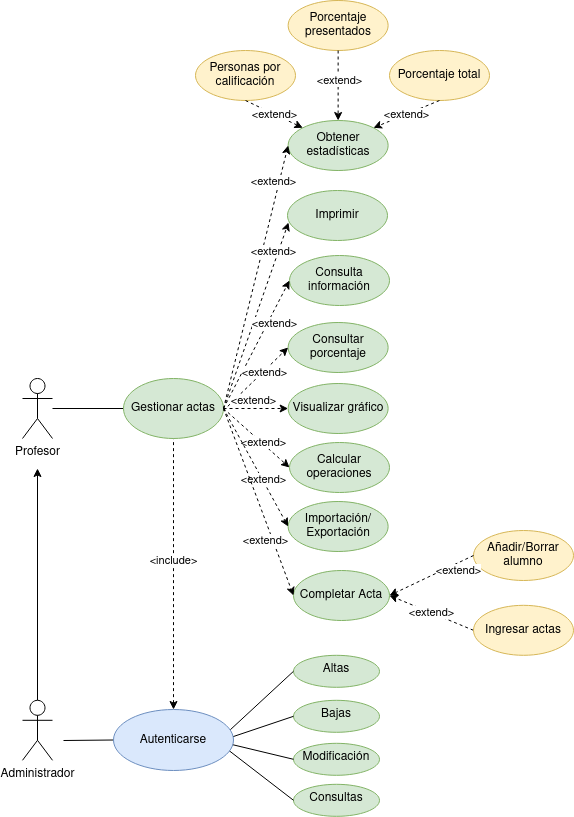
The draw.io diagram Tareas/casosUso/Tarea6-Gestión Profesores/img/GestionProfesores.drawio.png in colidom/ets, before a commit. Source tidied: cells renumbered, new cells last; positions are measured from the earlier drawing's top-left corner, leaving out a move shared by most shapes.
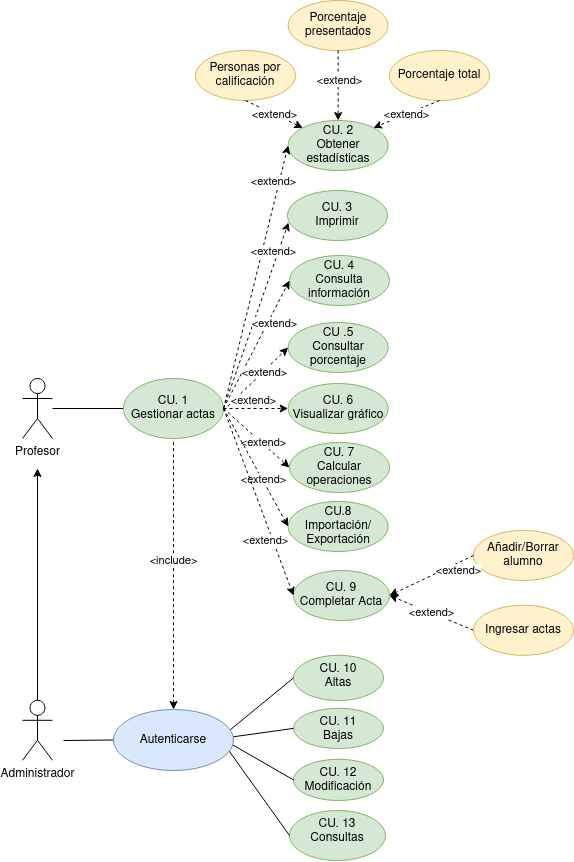
The same diagram one commit later.

What changed in the source:
```diff
@@ -16,7 +16,7 @@
     <mxCell id="5" value="Administrador" style="shape=umlActor;verticalLabelPosition=bottom;verticalAlign=top;html=1;outlineConnect=0;" parent="1" vertex="1">
       <mxGeometry y="699.8" width="30" height="60" as="geometry" />
     </mxCell>
-    <mxCell id="6" value="Completar Acta" style="ellipse;whiteSpace=wrap;html=1;fillColor=#d5e8d4;strokeColor=#82b366;" parent="1" vertex="1">
+    <mxCell id="6" value="&lt;div&gt;CU. 9&lt;/div&gt;&lt;div&gt;Completar Acta&lt;/div&gt;" style="ellipse;whiteSpace=wrap;html=1;fillColor=#d5e8d4;strokeColor=#82b366;" parent="1" vertex="1">
       <mxGeometry x="271" y="570" width="96" height="50" as="geometry" />
     </mxCell>
     <mxCell id="7" value="Añadir/Borrar alumno" style="ellipse;whiteSpace=wrap;html=1;fillColor=#fff2cc;strokeColor=#d6b656;" parent="1" vertex="1">
@@ -36,10 +36,10 @@
         <mxPoint x="2" y="-34" as="offset" />
       </mxGeometry>
     </mxCell>
-    <mxCell id="12" value="Consulta información" style="ellipse;whiteSpace=wrap;html=1;fillColor=#d5e8d4;strokeColor=#82b366;" parent="1" vertex="1">
+    <mxCell id="12" value="&lt;div&gt;CU. 4&lt;/div&gt;&lt;div&gt;Consulta información&lt;/div&gt;" style="ellipse;whiteSpace=wrap;html=1;fillColor=#d5e8d4;strokeColor=#82b366;" parent="1" vertex="1">
       <mxGeometry x="267" y="255" width="100" height="50" as="geometry" />
     </mxCell>
-    <mxCell id="13" value="Obtener estadísticas" style="ellipse;whiteSpace=wrap;html=1;fillColor=#d5e8d4;strokeColor=#82b366;" parent="1" vertex="1">
+    <mxCell id="13" value="&lt;div&gt;CU. 2&lt;/div&gt;&lt;div&gt;Obtener estadísticas&lt;/div&gt;" style="ellipse;whiteSpace=wrap;html=1;fillColor=#d5e8d4;strokeColor=#82b366;" parent="1" vertex="1">
       <mxGeometry x="265.6" y="120" width="100" height="50" as="geometry" />
     </mxCell>
     <mxCell id="14" value="Personas por calificación" style="ellipse;whiteSpace=wrap;html=1;fillColor=#fff2cc;strokeColor=#d6b656;" parent="1" vertex="1">
@@ -51,16 +51,16 @@
     <mxCell id="16" value="Porcentaje total" style="ellipse;whiteSpace=wrap;html=1;fillColor=#fff2cc;strokeColor=#d6b656;" parent="1" vertex="1">
       <mxGeometry x="367" y="50" width="100" height="50" as="geometry" />
     </mxCell>
-    <mxCell id="17" value="Consultar porcentaje" style="ellipse;whiteSpace=wrap;html=1;fillColor=#d5e8d4;strokeColor=#82b366;" parent="1" vertex="1">
+    <mxCell id="17" value="&lt;div&gt;CU .5&lt;/div&gt;&lt;div&gt;Consultar porcentaje&lt;/div&gt;" style="ellipse;whiteSpace=wrap;html=1;fillColor=#d5e8d4;strokeColor=#82b366;" parent="1" vertex="1">
       <mxGeometry x="265.6" y="322" width="100" height="50" as="geometry" />
     </mxCell>
-    <mxCell id="18" value="Visualizar gráfico" style="ellipse;whiteSpace=wrap;html=1;fillColor=#d5e8d4;strokeColor=#82b366;" parent="1" vertex="1">
+    <mxCell id="18" value="&lt;div&gt;CU. 6 &lt;br&gt;&lt;/div&gt;&lt;div&gt;Visualizar gráfico&lt;/div&gt;" style="ellipse;whiteSpace=wrap;html=1;fillColor=#d5e8d4;strokeColor=#82b366;" parent="1" vertex="1">
       <mxGeometry x="265.6" y="383" width="100" height="50" as="geometry" />
     </mxCell>
-    <mxCell id="19" value="Calcular operaciones" style="ellipse;whiteSpace=wrap;html=1;fillColor=#d5e8d4;strokeColor=#82b366;" parent="1" vertex="1">
+    <mxCell id="19" value="&lt;div&gt;CU. 7&lt;/div&gt;&lt;div&gt;Calcular operaciones&lt;/div&gt;" style="ellipse;whiteSpace=wrap;html=1;fillColor=#d5e8d4;strokeColor=#82b366;" parent="1" vertex="1">
       <mxGeometry x="267" y="442" width="100" height="50" as="geometry" />
     </mxCell>
-    <mxCell id="20" value="&lt;div&gt;Importación/&lt;/div&gt;&lt;div&gt;Exportación&lt;/div&gt;" style="ellipse;whiteSpace=wrap;html=1;fillColor=#d5e8d4;strokeColor=#82b366;" parent="1" vertex="1">
+    <mxCell id="20" value="&lt;div&gt;CU.8&lt;/div&gt;&lt;div&gt;Importación/&lt;/div&gt;&lt;div&gt;Exportación&lt;/div&gt;" style="ellipse;whiteSpace=wrap;html=1;fillColor=#d5e8d4;strokeColor=#82b366;" parent="1" vertex="1">
       <mxGeometry x="265.6" y="501" width="100" height="50" as="geometry" />
     </mxCell>
     <mxCell id="21" style="edgeStyle=none;rounded=0;jettySize=auto;html=1;dashed=1;startArrow=none;startFill=0;endArrow=classic;endFill=1;exitX=0;exitY=0.5;exitDx=0;exitDy=0;entryX=1;entryY=0.5;entryDx=0;entryDy=0;" parent="1" edge="1" source="7" target="6">
@@ -83,17 +83,17 @@
     <mxCell id="26" value="&amp;lt;extend&amp;gt;" style="endArrow=classic;html=1;rounded=0;dashed=1;exitX=0.5;exitY=1;exitDx=0;exitDy=0;entryX=0;entryY=0;entryDx=0;entryDy=0;" parent="1" edge="1" source="14" target="13">
       <mxGeometry relative="1" as="geometry" />
     </mxCell>
-    <mxCell id="27" value="Altas" style="ellipse;whiteSpace=wrap;html=1;verticalAlign=top;fillColor=#d5e8d4;strokeColor=#82b366;" parent="1" vertex="1">
-      <mxGeometry x="271" y="654.8" width="86" height="32" as="geometry" />
+    <mxCell id="27" value="&lt;div&gt;CU. 10&lt;/div&gt;&lt;div&gt;Altas&lt;/div&gt;" style="ellipse;whiteSpace=wrap;html=1;verticalAlign=top;fillColor=#d5e8d4;strokeColor=#82b366;" parent="1" vertex="1">
+      <mxGeometry x="271" y="654.8" width="90" height="45.2" as="geometry" />
     </mxCell>
-    <mxCell id="28" value="Bajas" style="ellipse;whiteSpace=wrap;html=1;verticalAlign=top;fillColor=#d5e8d4;strokeColor=#82b366;" parent="1" vertex="1">
-      <mxGeometry x="271" y="699.8" width="86" height="32" as="geometry" />
+    <mxCell id="28" value="&lt;div&gt;CU. 11&lt;/div&gt;&lt;div&gt;Bajas&lt;/div&gt;" style="ellipse;whiteSpace=wrap;html=1;verticalAlign=top;fillColor=#d5e8d4;strokeColor=#82b366;" parent="1" vertex="1">
+      <mxGeometry x="271" y="707.8" width="90" height="40.2" as="geometry" />
     </mxCell>
-    <mxCell id="29" value="Modificación" style="ellipse;whiteSpace=wrap;html=1;verticalAlign=top;fillColor=#d5e8d4;strokeColor=#82b366;" parent="1" vertex="1">
-      <mxGeometry x="271" y="742.8" width="86" height="32" as="geometry" />
+    <mxCell id="29" value="&lt;div&gt;CU. 12&lt;/div&gt;&lt;div&gt;Modificación&lt;/div&gt;" style="ellipse;whiteSpace=wrap;html=1;verticalAlign=top;fillColor=#d5e8d4;strokeColor=#82b366;" parent="1" vertex="1">
+      <mxGeometry x="271" y="758.8" width="90" height="41.2" as="geometry" />
     </mxCell>
-    <mxCell id="30" value="Consultas" style="ellipse;whiteSpace=wrap;html=1;verticalAlign=top;fillColor=#d5e8d4;strokeColor=#82b366;" parent="1" vertex="1">
-      <mxGeometry x="271" y="783.8" width="86" height="32" as="geometry" />
+    <mxCell id="30" value="&lt;div&gt;CU. 13&lt;/div&gt;&lt;div&gt;Consultas&lt;/div&gt;" style="ellipse;whiteSpace=wrap;html=1;verticalAlign=top;fillColor=#d5e8d4;strokeColor=#82b366;" parent="1" vertex="1">
+      <mxGeometry x="267" y="810" width="96" height="50" as="geometry" />
     </mxCell>
     <mxCell id="31" style="edgeStyle=none;rounded=0;jettySize=auto;html=1;startArrow=none;startFill=0;endArrow=none;endFill=0;entryX=0;entryY=0.5;entryDx=0;entryDy=0;exitX=0.959;exitY=0.668;exitDx=0;exitDy=0;exitPerimeter=0;" parent="1" edge="1" source="54" target="30">
       <mxGeometry relative="1" as="geometry" />
@@ -107,10 +107,10 @@
     <mxCell id="34" style="edgeStyle=none;rounded=0;jettySize=auto;html=1;startArrow=none;startFill=0;endArrow=none;endFill=0;entryX=0;entryY=0.5;entryDx=0;entryDy=0;exitX=0.973;exitY=0.333;exitDx=0;exitDy=0;exitPerimeter=0;" parent="1" edge="1" source="54" target="27">
       <mxGeometry relative="1" as="geometry" />
     </mxCell>
-    <mxCell id="35" value="Imprimir" style="ellipse;whiteSpace=wrap;html=1;fillColor=#d5e8d4;strokeColor=#82b366;" parent="1" vertex="1">
+    <mxCell id="35" value="&lt;div&gt;CU. 3&lt;/div&gt;&lt;div&gt;Imprimir&lt;/div&gt;" style="ellipse;whiteSpace=wrap;html=1;fillColor=#d5e8d4;strokeColor=#82b366;" parent="1" vertex="1">
       <mxGeometry x="265" y="190" width="100" height="50" as="geometry" />
     </mxCell>
-    <mxCell id="36" value="Gestionar actas" style="ellipse;whiteSpace=wrap;html=1;fillColor=#d5e8d4;strokeColor=#82b366;" parent="1" vertex="1">
+    <mxCell id="36" value="&lt;div&gt;CU. 1&lt;/div&gt;&lt;div&gt;Gestionar actas&lt;/div&gt;" style="ellipse;whiteSpace=wrap;html=1;fillColor=#d5e8d4;strokeColor=#82b366;" parent="1" vertex="1">
       <mxGeometry x="101" y="378" width="100" height="60" as="geometry" />
     </mxCell>
     <mxCell id="37" style="edgeStyle=none;rounded=0;jettySize=auto;html=1;dashed=1;startArrow=none;startFill=0;endArrow=classic;endFill=1;exitX=1;exitY=0.5;exitDx=0;exitDy=0;entryX=0;entryY=0.5;entryDx=0;entryDy=0;" parent="1" edge="1" source="36" target="13">
```
